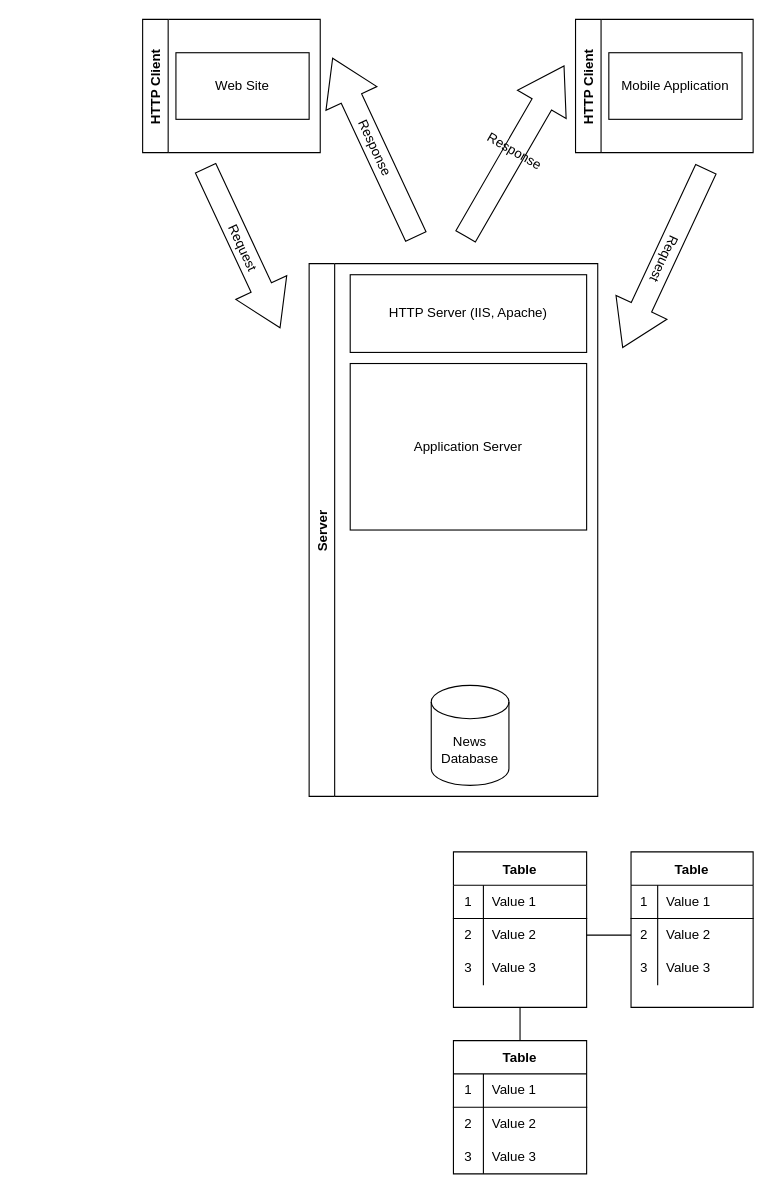
The draw.io diagram Untitled Diagram.drawio in yudzeshka/demo-net-1, before the edit. Source tidied: cells renumbered, new cells numbered last; positions are measured from the earlier drawing's top-left corner, leaving out a move shared by most shapes. Both pictures are drawn from the tidied source at 111%, with x=0, y=0 at pixel (142, 19).
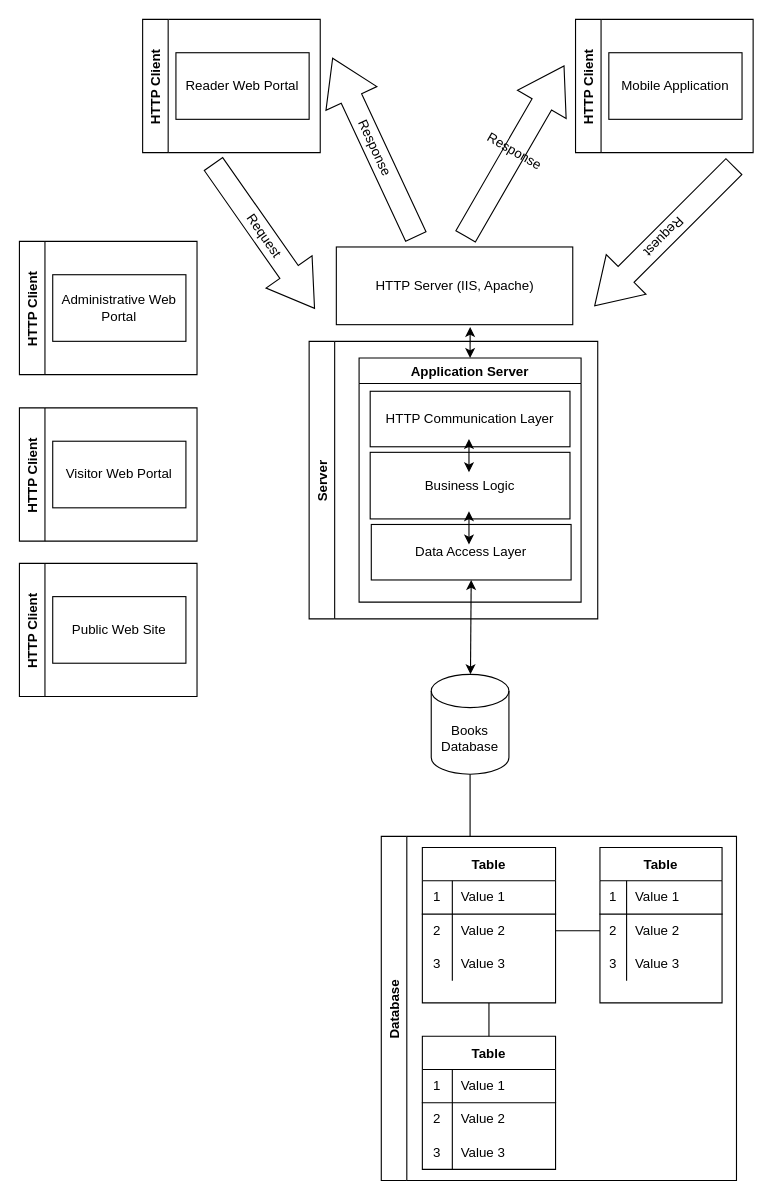
After the change.

Diff of the diagram source:
```diff
@@
-    <mxCell id="2" value="Web Site" style="rounded=0;whiteSpace=wrap;html=1;" parent="1" vertex="1">
+    <mxCell id="2" value="Reader Web Portal" style="rounded=0;whiteSpace=wrap;html=1;" parent="1" vertex="1">
       <mxGeometry x="30" y="30" width="120" height="60" as="geometry" />
     </mxCell>
@@
     <mxCell id="4" value="Server" style="swimlane;horizontal=0;" parent="1" vertex="1">
-      <mxGeometry x="150" y="220" width="260" height="480" as="geometry" />
+      <mxGeometry x="150" y="290" width="260" height="250" as="geometry" />
     </mxCell>
-    <mxCell id="5" value="News Database" style="shape=cylinder3;whiteSpace=wrap;html=1;boundedLbl=1;backgroundOutline=1;size=15;" parent="4" vertex="1">
-      <mxGeometry x="110" y="380" width="70" height="90" as="geometry" />
-    </mxCell>
-    <mxCell id="6" value="HTTP Server (IIS, Apache)" style="rounded=0;whiteSpace=wrap;html=1;" parent="4" vertex="1">
-      <mxGeometry x="37" y="10" width="213" height="70" as="geometry" />
-    </mxCell>
-    <mxCell id="7" value="Application Server" style="rounded=0;whiteSpace=wrap;html=1;" parent="4" vertex="1">
-      <mxGeometry x="37" y="90" width="213" height="150" as="geometry" />
+    <mxCell id="7" value="Application Server" style="swimlane;" parent="4" vertex="1">
+      <mxGeometry x="45" y="15" width="200" height="220" as="geometry" />
     </mxCell>
+    <mxCell id="46" value="Business Logic" style="whiteSpace=wrap;html=1;" parent="7" vertex="1">
+      <mxGeometry x="10" y="85" width="180" height="60" as="geometry" />
+    </mxCell>
+    <mxCell id="47" value="HTTP Communication Layer" style="whiteSpace=wrap;html=1;" parent="7" vertex="1">
+      <mxGeometry x="10" y="30" width="180" height="50" as="geometry" />
+    </mxCell>
+    <mxCell id="48" value="Data Access Layer" style="whiteSpace=wrap;html=1;" parent="7" vertex="1">
+      <mxGeometry x="11" y="150" width="180" height="50" as="geometry" />
+    </mxCell>
@@
-    <mxCell id="10" value="Request" style="html=1;shadow=0;dashed=0;align=center;verticalAlign=middle;shape=mxgraph.arrows2.arrow;dy=0.6;dx=40;notch=0;rotation=115;" parent="1" vertex="1">
-      <mxGeometry x="381.3" y="190" width="177.3" height="50.6" as="geometry" />
+    <mxCell id="10" value="Request" style="html=1;shadow=0;dashed=0;align=center;verticalAlign=middle;shape=mxgraph.arrows2.arrow;dy=0.6;dx=40;notch=0;rotation=-225;" parent="1" vertex="1">
+      <mxGeometry x="381.3" y="170" width="177.3" height="50.6" as="geometry" />
     </mxCell>
-    <mxCell id="11" value="Request" style="html=1;shadow=0;dashed=0;align=center;verticalAlign=middle;shape=mxgraph.arrows2.arrow;dy=0.6;dx=40;notch=0;rotation=65;" parent="1" vertex="1">
-      <mxGeometry x="10.9" y="180.6" width="158.7" height="50.6" as="geometry" />
+    <mxCell id="11" value="Request" style="html=1;shadow=0;dashed=0;align=center;verticalAlign=middle;shape=mxgraph.arrows2.arrow;dy=0.6;dx=40;notch=0;rotation=55;" parent="1" vertex="1">
+      <mxGeometry x="30" y="170" width="158.7" height="50.6" as="geometry" />
     </mxCell>
@@
     <mxCell id="14" value="Table" style="shape=table;startSize=30;childLayout=tableLayout;rowLines=0;fontStyle=1;align=center;" parent="1" vertex="1">
-      <mxGeometry x="280" y="750" width="120" height="140" as="geometry" />
+      <mxGeometry x="252" y="746" width="120" height="140" as="geometry" />
     </mxCell>
@@
     <mxCell id="24" value="Table" style="shape=table;startSize=30;childLayout=tableLayout;rowLines=0;fontStyle=1;align=center;" parent="1" vertex="1">
-      <mxGeometry x="440" y="750" width="110" height="140" as="geometry" />
+      <mxGeometry x="412" y="746" width="110" height="140" as="geometry" />
     </mxCell>
@@
     <mxCell id="34" value="Table" style="shape=table;startSize=30;childLayout=tableLayout;rowLines=0;fontStyle=1;align=center;" parent="1" vertex="1">
-      <mxGeometry x="280" y="920" width="120" height="120" as="geometry" />
+      <mxGeometry x="252" y="916" width="120" height="120" as="geometry" />
     </mxCell>
@@
+    <mxCell id="49" style="endArrow=classic;startArrow=classic;html=1;rounded=0;" parent="1" edge="1">
+      <mxGeometry relative="1" as="geometry">
+        <mxPoint x="294" y="473" as="sourcePoint" />
+        <mxPoint x="294" y="443" as="targetPoint" />
+      </mxGeometry>
+    </mxCell>
+    <mxCell id="50" style="endArrow=classic;startArrow=classic;html=1;rounded=0;" parent="1" edge="1">
+      <mxGeometry relative="1" as="geometry">
+        <mxPoint x="294" y="408" as="sourcePoint" />
+        <mxPoint x="294" y="378" as="targetPoint" />
+      </mxGeometry>
+    </mxCell>
+    <mxCell id="51" value="Database" style="swimlane;horizontal=0;" parent="1" vertex="1">
+      <mxGeometry x="215" y="736" width="320" height="310" as="geometry" />
+    </mxCell>
+    <mxCell id="52" style="endArrow=none;html=1;rounded=0;entryX=0.5;entryY=1;entryDx=0;entryDy=0;entryPerimeter=0;exitX=0.25;exitY=0;exitDx=0;exitDy=0;" parent="1" edge="1" source="51" target="5">
+      <mxGeometry relative="1" as="geometry" />
+    </mxCell>
+    <mxCell id="53" value="Administrative Web Portal" style="rounded=0;whiteSpace=wrap;html=1;" parent="1" vertex="1">
+      <mxGeometry x="-81" y="230" width="120" height="60" as="geometry" />
+    </mxCell>
+    <mxCell id="54" value="HTTP Client" style="swimlane;horizontal=0;" parent="1" vertex="1">
+      <mxGeometry x="-111" y="200" width="160" height="120" as="geometry" />
+    </mxCell>
+    <mxCell id="55" value="Visitor Web Portal" style="rounded=0;whiteSpace=wrap;html=1;" parent="1" vertex="1">
+      <mxGeometry x="-81" y="380" width="120" height="60" as="geometry" />
+    </mxCell>
+    <mxCell id="56" value="HTTP Client" style="swimlane;horizontal=0;" parent="1" vertex="1">
+      <mxGeometry x="-111" y="350" width="160" height="120" as="geometry" />
+    </mxCell>
+    <mxCell id="57" value="Public Web Site" style="rounded=0;whiteSpace=wrap;html=1;" parent="1" vertex="1">
+      <mxGeometry x="-81" y="520" width="120" height="60" as="geometry" />
+    </mxCell>
+    <mxCell id="58" value="HTTP Client" style="swimlane;horizontal=0;" parent="1" vertex="1">
+      <mxGeometry x="-111" y="490" width="160" height="120" as="geometry" />
+    </mxCell>
+    <mxCell id="5" value="Books Database" style="shape=cylinder3;whiteSpace=wrap;html=1;boundedLbl=1;backgroundOutline=1;size=15;" parent="1" vertex="1">
+      <mxGeometry x="260" y="590" width="70" height="90" as="geometry" />
+    </mxCell>
+    <mxCell id="59" style="endArrow=classic;startArrow=classic;html=1;rounded=0;entryX=0.5;entryY=1;entryDx=0;entryDy=0;" parent="1" edge="1" source="5" target="48">
+      <mxGeometry relative="1" as="geometry" />
+    </mxCell>
+    <mxCell id="6" value="HTTP Server (IIS, Apache)" style="rounded=0;whiteSpace=wrap;html=1;" parent="1" vertex="1">
+      <mxGeometry x="174.5" y="205" width="213" height="70" as="geometry" />
+    </mxCell>
+    <mxCell id="60" style="endArrow=classic;startArrow=classic;html=1;rounded=0;exitX=0.5;exitY=0;exitDx=0;exitDy=0;entryX=0.566;entryY=1.029;entryDx=0;entryDy=0;entryPerimeter=0;" parent="1" edge="1" source="7" target="6">
+      <mxGeometry relative="1" as="geometry" />
+    </mxCell>
```
